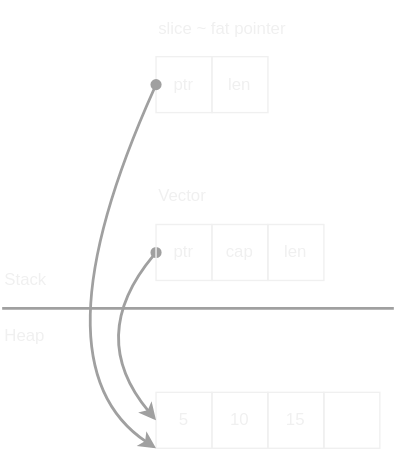
Above: docs/rust/memory_layout/images/vector.drawio.svg in htgithub194/self-study (draw.io), before the change. Source tidied: cells renumbered, new cells last; positions are measured from the earlier drawing's top-left corner, leaving out a move shared by most shapes.
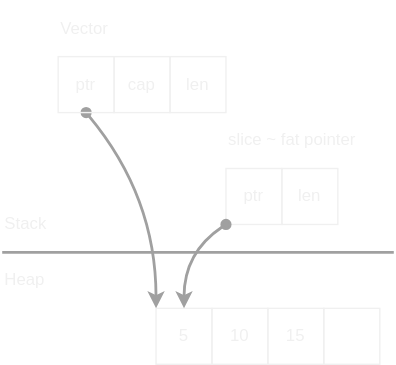
The same diagram one commit later.

Commit message:
update memory layout + add dispatching

Change to the diagram source:
```diff
@@ -3,7 +3,7 @@
     <mxCell id="0" />
     <mxCell id="1" parent="0" />
     <mxCell id="2" value="Vector" style="text;html=1;strokeColor=none;fillColor=none;align=left;verticalAlign=middle;whiteSpace=wrap;rounded=0;fontColor=#F0F0F0;" parent="1" vertex="1">
-      <mxGeometry x="110" y="120" width="80" height="40" as="geometry" />
+      <mxGeometry x="40" y="40" width="80" height="40" as="geometry" />
     </mxCell>
     <mxCell id="3" value="Stack" style="text;html=1;strokeColor=none;fillColor=none;align=left;verticalAlign=middle;whiteSpace=wrap;rounded=0;fontColor=#F0F0F0;" parent="1" vertex="1">
       <mxGeometry y="180" width="80" height="40" as="geometry" />
@@ -18,49 +18,48 @@
       </mxGeometry>
     </mxCell>
     <mxCell id="6" value="5" style="rounded=0;whiteSpace=wrap;html=1;flipH=1;flipV=1;fillColor=none;fontColor=#F0F0F0;strokeColor=#F0F0F0;" parent="1" vertex="1">
-      <mxGeometry x="110" y="280" width="40" height="40" as="geometry" />
+      <mxGeometry x="110" y="260" width="40" height="40" as="geometry" />
     </mxCell>
     <mxCell id="7" value="10" style="rounded=0;whiteSpace=wrap;html=1;flipH=1;flipV=1;fillColor=none;fontColor=#F0F0F0;strokeColor=#F0F0F0;" parent="1" vertex="1">
-      <mxGeometry x="150" y="280" width="40" height="40" as="geometry" />
+      <mxGeometry x="150" y="260" width="40" height="40" as="geometry" />
     </mxCell>
     <mxCell id="8" value="15" style="rounded=0;whiteSpace=wrap;html=1;flipH=1;flipV=1;fillColor=none;fontColor=#F0F0F0;strokeColor=#F0F0F0;" parent="1" vertex="1">
-      <mxGeometry x="190" y="280" width="40" height="40" as="geometry" />
+      <mxGeometry x="190" y="260" width="40" height="40" as="geometry" />
     </mxCell>
-    <mxCell id="9" style="edgeStyle=none;html=1;entryX=0;entryY=0.5;entryDx=0;entryDy=0;strokeColor=#A0A0A0;strokeWidth=2;exitX=0;exitY=0.5;exitDx=0;exitDy=0;curved=1;startArrow=oval;startFill=1;fontColor=#F0F0F0;" parent="1" edge="1" source="10" target="6">
+    <mxCell id="9" style="edgeStyle=none;html=1;entryX=0;entryY=0;entryDx=0;entryDy=0;strokeColor=#A0A0A0;strokeWidth=2;exitX=0.5;exitY=1;exitDx=0;exitDy=0;curved=1;startArrow=oval;startFill=1;fontColor=#F0F0F0;" parent="1" edge="1" source="10" target="6">
       <mxGeometry relative="1" as="geometry">
         <Array as="points">
-          <mxPoint x="60" y="240" />
+          <mxPoint x="110" y="180" />
         </Array>
       </mxGeometry>
     </mxCell>
     <mxCell id="10" value="ptr" style="rounded=0;whiteSpace=wrap;html=1;flipH=1;flipV=1;fillColor=none;fontColor=#F0F0F0;strokeColor=#F0F0F0;" parent="1" vertex="1">
-      <mxGeometry x="110" y="160" width="40" height="40" as="geometry" />
+      <mxGeometry x="40" y="80" width="40" height="40" as="geometry" />
     </mxCell>
     <mxCell id="11" value="cap" style="rounded=0;whiteSpace=wrap;html=1;flipH=1;flipV=1;fillColor=none;fontColor=#F0F0F0;strokeColor=#F0F0F0;" parent="1" vertex="1">
-      <mxGeometry x="150" y="160" width="40" height="40" as="geometry" />
+      <mxGeometry x="80" y="80" width="40" height="40" as="geometry" />
     </mxCell>
     <mxCell id="12" value="len" style="rounded=0;whiteSpace=wrap;html=1;flipH=1;flipV=1;fillColor=none;fontColor=#F0F0F0;strokeColor=#F0F0F0;" parent="1" vertex="1">
-      <mxGeometry x="190" y="160" width="40" height="40" as="geometry" />
+      <mxGeometry x="120" y="80" width="40" height="40" as="geometry" />
     </mxCell>
     <mxCell id="13" value="slice ~ fat pointer" style="text;html=1;strokeColor=none;fillColor=none;align=left;verticalAlign=middle;whiteSpace=wrap;rounded=0;fontColor=#F0F0F0;" parent="1" vertex="1">
-      <mxGeometry x="110" width="130" height="40" as="geometry" />
+      <mxGeometry x="160" y="120" width="120" height="40" as="geometry" />
     </mxCell>
     <mxCell id="14" value="ptr" style="rounded=0;whiteSpace=wrap;html=1;flipH=1;flipV=1;fillColor=none;fontColor=#F0F0F0;strokeColor=#F0F0F0;" parent="1" vertex="1">
-      <mxGeometry x="110" y="40" width="40" height="40" as="geometry" />
+      <mxGeometry x="160" y="160" width="40" height="40" as="geometry" />
     </mxCell>
     <mxCell id="15" value="len" style="rounded=0;whiteSpace=wrap;html=1;flipH=1;flipV=1;fillColor=none;fontColor=#F0F0F0;strokeColor=#F0F0F0;" parent="1" vertex="1">
-      <mxGeometry x="150" y="40" width="40" height="40" as="geometry" />
+      <mxGeometry x="200" y="160" width="40" height="40" as="geometry" />
     </mxCell>
-    <mxCell id="16" style="edgeStyle=none;html=1;strokeColor=#A0A0A0;strokeWidth=2;exitX=0;exitY=0.5;exitDx=0;exitDy=0;curved=1;startArrow=oval;startFill=1;entryX=0;entryY=1;entryDx=0;entryDy=0;fontColor=#F0F0F0;" parent="1" edge="1" target="6">
+    <mxCell id="16" style="edgeStyle=none;html=1;strokeColor=#A0A0A0;strokeWidth=2;exitX=0;exitY=1;exitDx=0;exitDy=0;curved=1;startArrow=oval;startFill=1;entryX=0.5;entryY=0;entryDx=0;entryDy=0;fontColor=#F0F0F0;" parent="1" edge="1" source="14" target="6">
       <mxGeometry relative="1" as="geometry">
-        <mxPoint x="110" y="60" as="sourcePoint" />
         <Array as="points">
-          <mxPoint x="20" y="260" />
+          <mxPoint x="130" y="220" />
         </Array>
       </mxGeometry>
     </mxCell>
     <mxCell id="17" style="rounded=0;whiteSpace=wrap;html=1;flipH=1;flipV=1;fillColor=none;fontColor=#F0F0F0;strokeColor=#F0F0F0;" parent="1" vertex="1">
-      <mxGeometry x="230" y="280" width="40" height="40" as="geometry" />
+      <mxGeometry x="230" y="260" width="40" height="40" as="geometry" />
     </mxCell>
   </root>
 </mxGraphModel>
```
